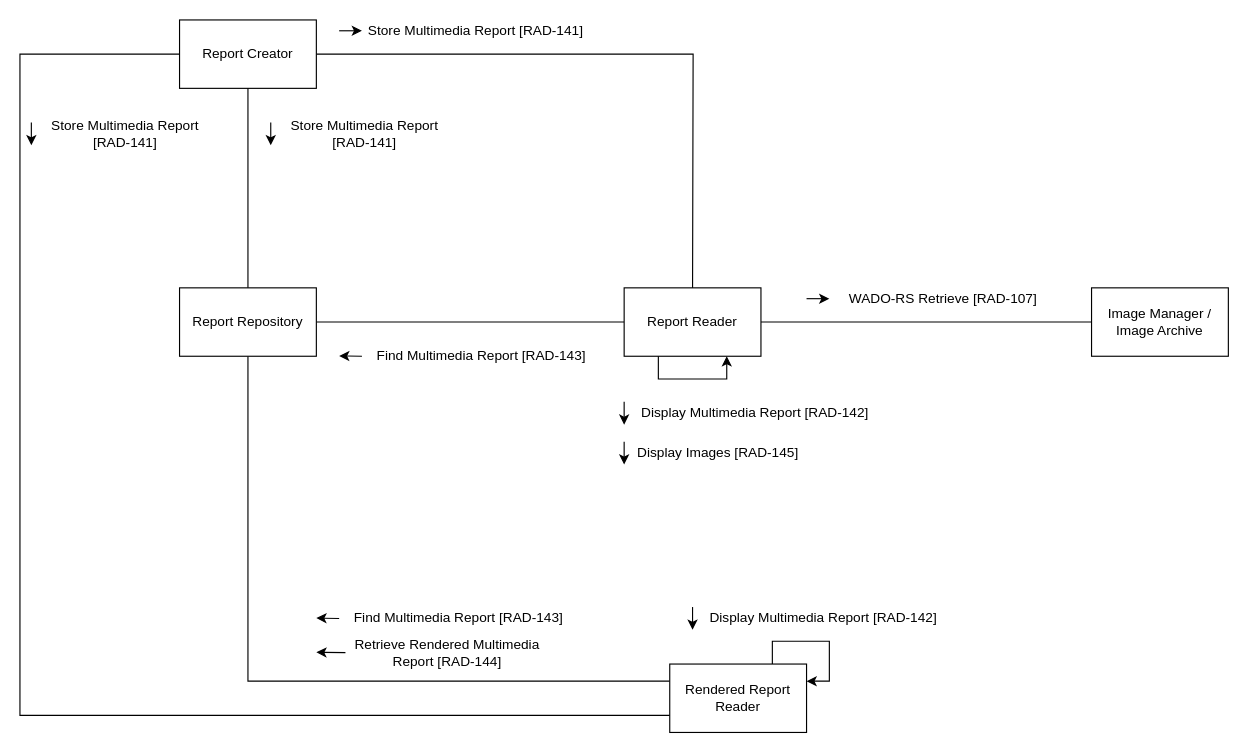
Above: page "IHE TI" (2 of 2) of input/images-source/IHE_IMR_actor.drawio in IHE/RAD.IMR (draw.io), before the change. Source tidied: cells renumbered, new cells numbered last; positions are measured from the earlier drawing's top-left corner, leaving out a move shared by most shapes. Both pictures are drawn from the tidied source at 114%, with x=0, y=0 at pixel (19, 19).
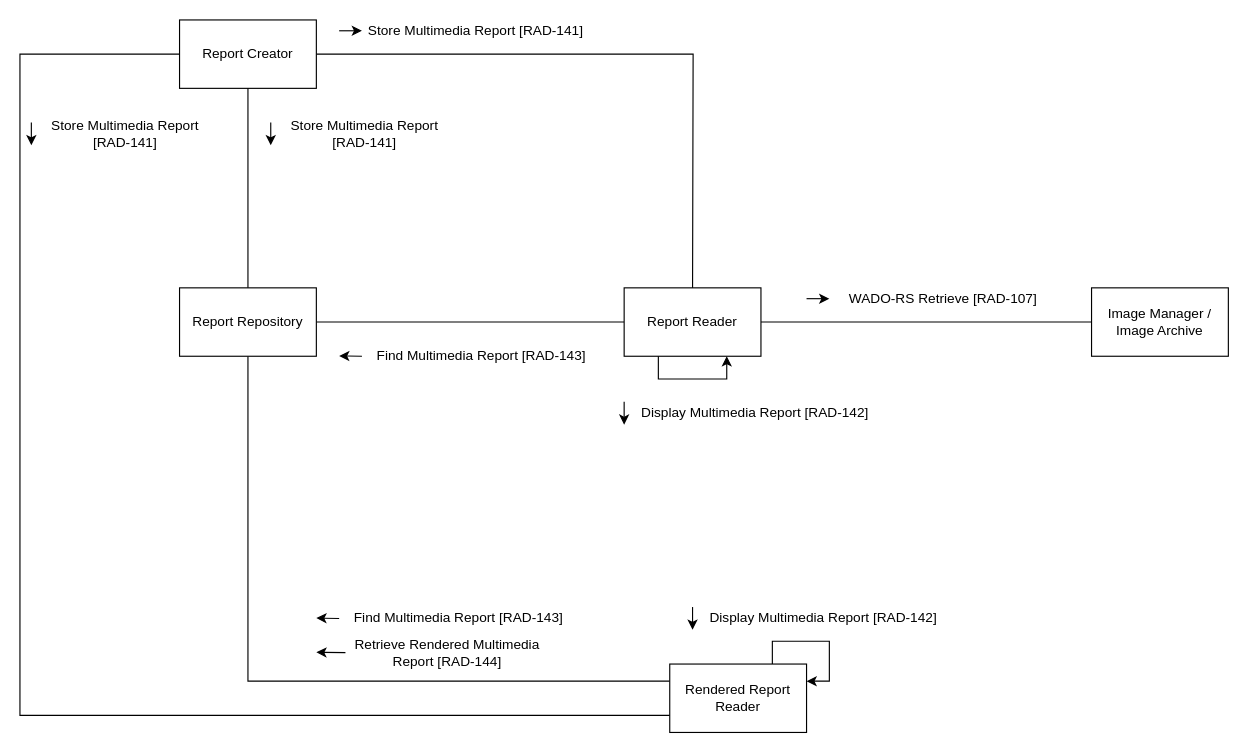
After the change.

Diff of the diagram source:
```diff
@@
-    <mxCell id="27" style="group;" parent="1" vertex="1">
-      <mxGeometry x="530" y="370" width="200" height="20" as="geometry" />
-    </mxCell>
-    <mxCell id="28" value="Display Images [RAD-145]" style="text;html=1;strokeColor=none;fillColor=none;align=center;verticalAlign=middle;whiteSpace=wrap;rounded=0;" parent="27" vertex="1">
-      <mxGeometry x="10" width="145" height="20" as="geometry" />
-    </mxCell>
-    <mxCell id="29" style="endArrow=classic;html=1;" parent="27" edge="1">
-      <mxGeometry relative="1" as="geometry">
-        <mxPoint as="sourcePoint" />
-        <mxPoint y="20" as="targetPoint" />
-      </mxGeometry>
-    </mxCell>
```
